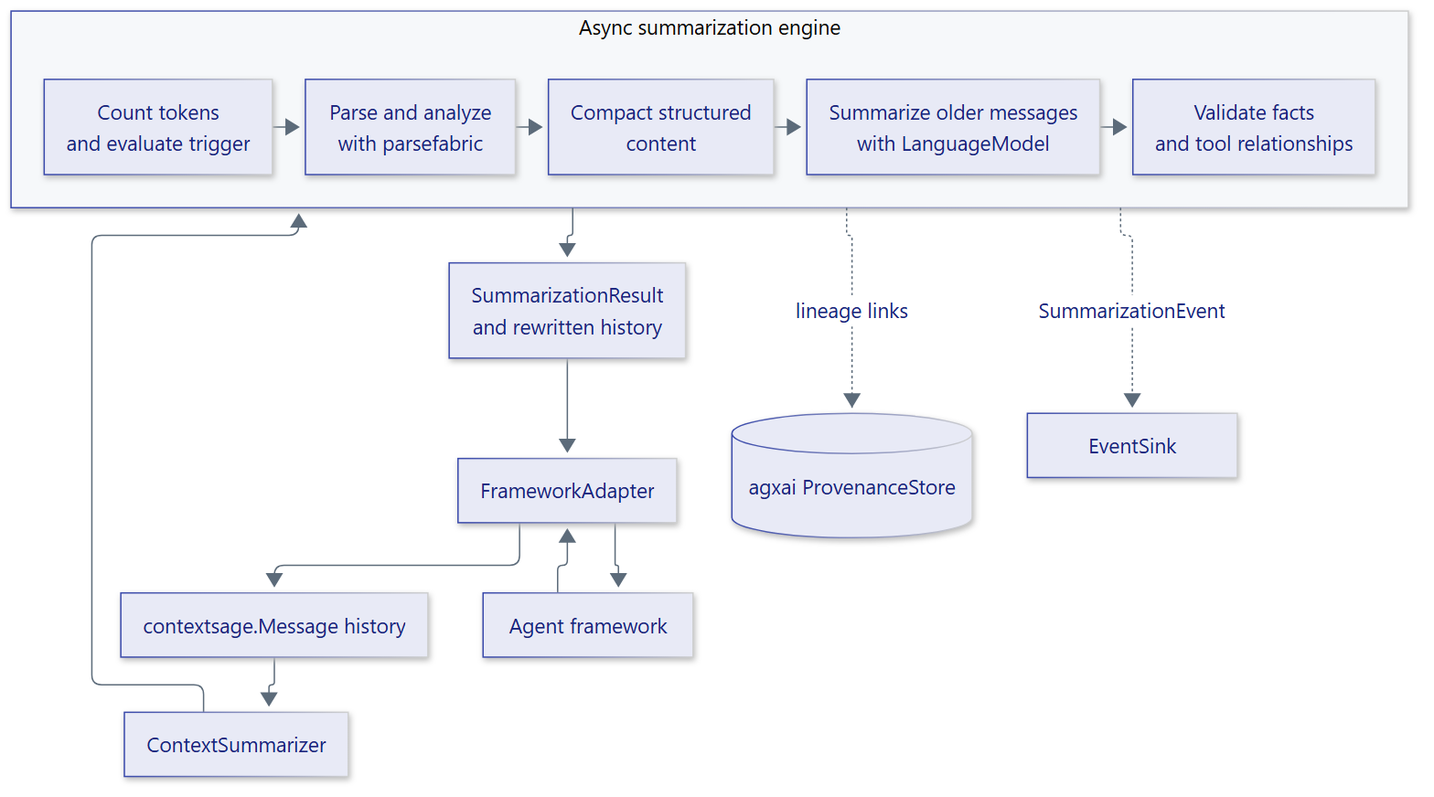
Earlier version of the Mermaid export docs/assets/diagrams/architecture.png (smuniharish/contextsage). Its source is kept beside it as diagrams/architecture.mmd. Its diagram source:
```mermaid
flowchart TB
    framework["Agent framework"] --> adapter["FrameworkAdapter"]
    adapter --> history["contextsage.Message history"]
    history --> engine["ContextSummarizer"]
    subgraph engine_flow["Async summarization engine"]
        direction LR
        trigger["Count tokens<br/>and evaluate trigger"] --> parse["Parse and analyze<br/>with parsefabric"]
        parse --> compact["Compact structured<br/>content"]
        compact --> summarize["Summarize older messages<br/>with LanguageModel"]
        summarize --> validate["Validate facts<br/>and tool relationships"]
    end
    engine --> engine_flow
    engine_flow --> result["SummarizationResult<br/>and rewritten history"]
    engine_flow -. "lineage links" .-> store[("agxai ProvenanceStore")]
    engine_flow -. "SummarizationEvent" .-> sink["EventSink"]
    result --> adapter
    adapter --> framework
```
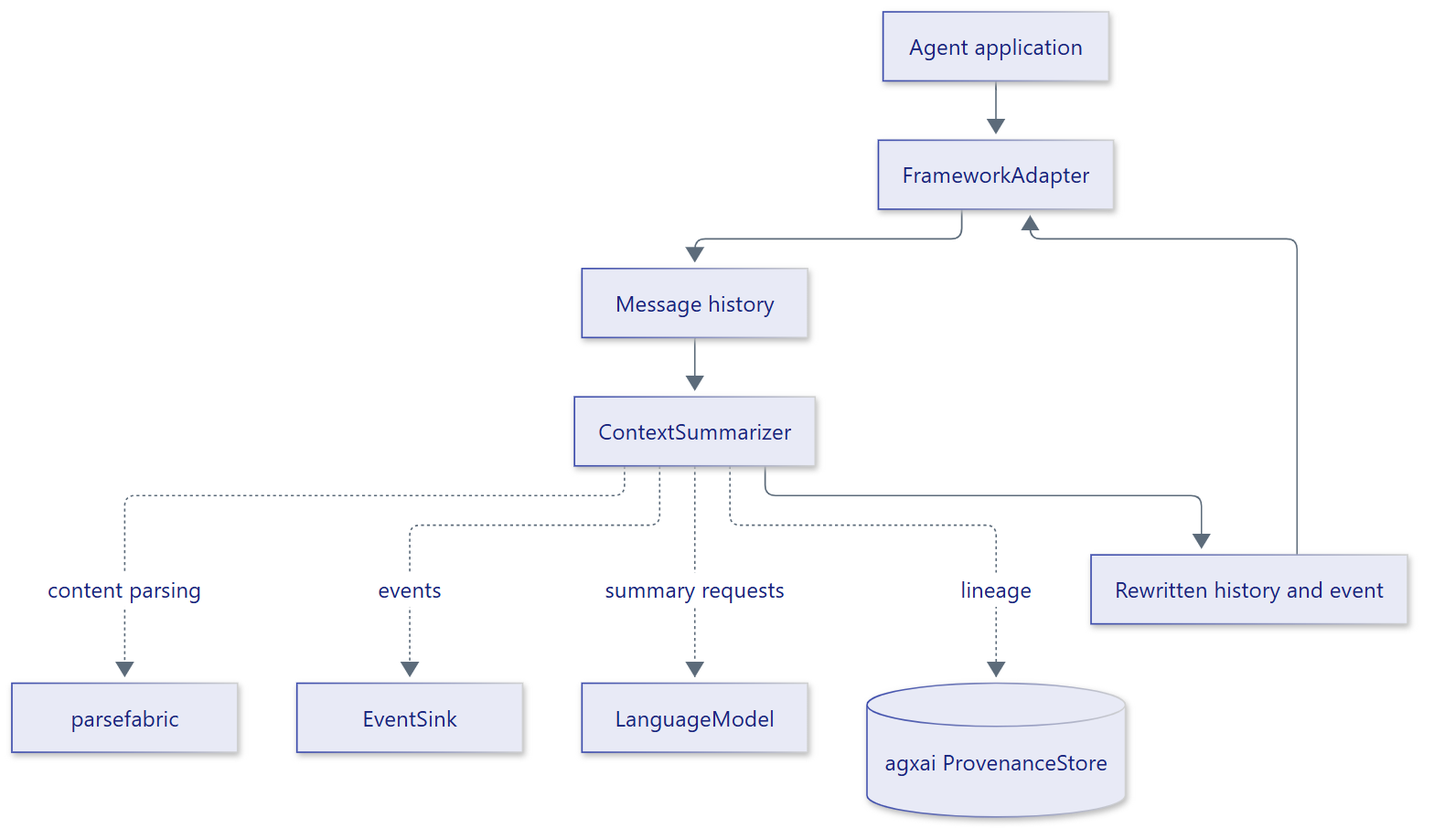
Above is the later version.

Change to the diagram source:
```diff
@@ -1,17 +1,10 @@
 flowchart TB
-    framework["Agent framework"] --> adapter["FrameworkAdapter"]
-    adapter --> history["contextsage.Message history"]
+    framework["Agent application"] --> adapter["FrameworkAdapter"]
+    adapter --> history["Message history"]
     history --> engine["ContextSummarizer"]
-    subgraph engine_flow["Async summarization engine"]
-        direction LR
-        trigger["Count tokens<br/>and evaluate trigger"] --> parse["Parse and analyze<br/>with parsefabric"]
-        parse --> compact["Compact structured<br/>content"]
-        compact --> summarize["Summarize older messages<br/>with LanguageModel"]
-        summarize --> validate["Validate facts<br/>and tool relationships"]
-    end
-    engine --> engine_flow
-    engine_flow --> result["SummarizationResult<br/>and rewritten history"]
-    engine_flow -. "lineage links" .-> store[("agxai ProvenanceStore")]
-    engine_flow -. "SummarizationEvent" .-> sink["EventSink"]
+    engine --> result["Rewritten history and event"]
     result --> adapter
-    adapter --> framework
+    engine -. "summary requests" .-> model["LanguageModel"]
+    engine -. "content parsing" .-> parser["parsefabric"]
+    engine -. "lineage" .-> store[("agxai ProvenanceStore")]
+    engine -. "events" .-> sink["EventSink"]
```
